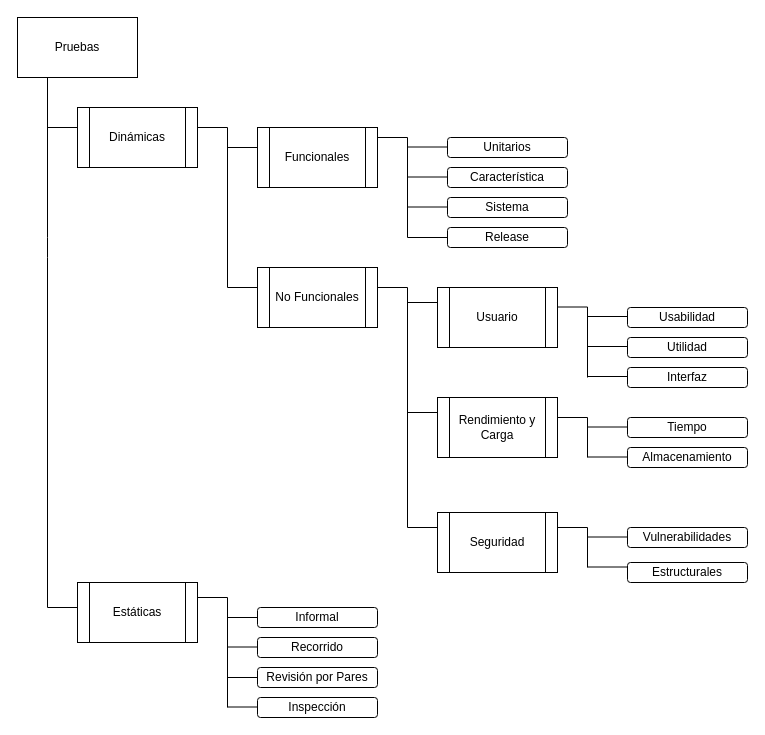
driversangano/hello-world keeps this draw.io diagram as Untitled Diagram.drawio. Above is the earlier version. Source tidied: cells renumbered, new cells numbered last; positions are measured from the earlier drawing's top-left corner, leaving out a move shared by most shapes. Both pictures are drawn from the tidied source at 100%, with x=0, y=0 at pixel (17, 17).
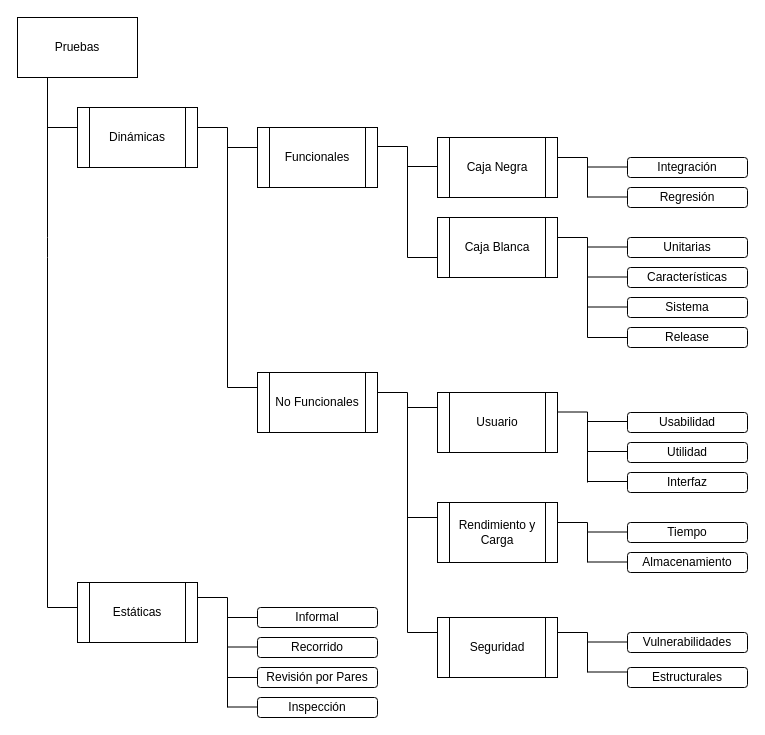
The same page after the edit.

Commit message:
Diagrama actualizado final.drawio

Change to the diagram source:
```diff
@@
     <mxCell id="4" value="Usuario" style="shape=process;whiteSpace=wrap;html=1;backgroundOutline=1;" parent="1" vertex="1">
-      <mxGeometry x="420" y="270" width="120" height="60" as="geometry" />
+      <mxGeometry x="420" y="375" width="120" height="60" as="geometry" />
     </mxCell>
     <mxCell id="5" value="Rendimiento y Carga" style="shape=process;whiteSpace=wrap;html=1;backgroundOutline=1;" parent="1" vertex="1">
-      <mxGeometry x="420" y="380" width="120" height="60" as="geometry" />
+      <mxGeometry x="420" y="485" width="120" height="60" as="geometry" />
     </mxCell>
     <mxCell id="6" value="Seguridad" style="shape=process;whiteSpace=wrap;html=1;backgroundOutline=1;" parent="1" vertex="1">
-      <mxGeometry x="420" y="495" width="120" height="60" as="geometry" />
+      <mxGeometry x="420" y="600" width="120" height="60" as="geometry" />
     </mxCell>
@@
     <mxCell id="9" style="endArrow=none;html=1;entryX=0;entryY=0.25;entryDx=0;entryDy=0;" parent="1" edge="1" target="4">
       <mxGeometry relative="1" as="geometry">
-        <mxPoint x="390" y="285" as="sourcePoint" />
+        <mxPoint x="390" y="390" as="sourcePoint" />
       </mxGeometry>
     </mxCell>
     <mxCell id="10" style="endArrow=none;html=1;entryX=0;entryY=0.25;entryDx=0;entryDy=0;" parent="1" edge="1" target="5">
       <mxGeometry relative="1" as="geometry">
-        <mxPoint x="390" y="395" as="sourcePoint" />
+        <mxPoint x="390" y="500" as="sourcePoint" />
       </mxGeometry>
     </mxCell>
     <mxCell id="11" style="endArrow=none;html=1;entryX=0;entryY=0.25;entryDx=0;entryDy=0;" parent="1" edge="1" target="6">
       <mxGeometry relative="1" as="geometry">
-        <mxPoint x="390" y="510" as="sourcePoint" />
+        <mxPoint x="390" y="615" as="sourcePoint" />
       </mxGeometry>
     </mxCell>
     <mxCell id="12" value="Usabilidad" style="rounded=1;whiteSpace=wrap;html=1;" parent="1" vertex="1">
-      <mxGeometry x="610" y="290" width="120" height="20" as="geometry" />
+      <mxGeometry x="610" y="395" width="120" height="20" as="geometry" />
     </mxCell>
     <mxCell id="13" value="Utilidad" style="rounded=1;whiteSpace=wrap;html=1;" parent="1" vertex="1">
-      <mxGeometry x="610" y="320" width="120" height="20" as="geometry" />
+      <mxGeometry x="610" y="425" width="120" height="20" as="geometry" />
     </mxCell>
     <mxCell id="14" value="Interfaz" style="rounded=1;whiteSpace=wrap;html=1;" parent="1" vertex="1">
-      <mxGeometry x="610" y="350" width="120" height="20" as="geometry" />
+      <mxGeometry x="610" y="455" width="120" height="20" as="geometry" />
     </mxCell>
-    <mxCell id="15" value="Unitarios" style="rounded=1;whiteSpace=wrap;html=1;" parent="1" vertex="1">
-      <mxGeometry x="430" y="120" width="120" height="20" as="geometry" />
+    <mxCell id="15" value="Unitarias" style="rounded=1;whiteSpace=wrap;html=1;" parent="1" vertex="1">
+      <mxGeometry x="610" y="220" width="120" height="20" as="geometry" />
     </mxCell>
-    <mxCell id="16" value="Característica" style="rounded=1;whiteSpace=wrap;html=1;" parent="1" vertex="1">
-      <mxGeometry x="430" y="150" width="120" height="20" as="geometry" />
+    <mxCell id="16" value="Características" style="rounded=1;whiteSpace=wrap;html=1;" parent="1" vertex="1">
+      <mxGeometry x="610" y="250" width="120" height="20" as="geometry" />
     </mxCell>
     <mxCell id="17" value="Sistema" style="rounded=1;whiteSpace=wrap;html=1;" parent="1" vertex="1">
-      <mxGeometry x="430" y="180" width="120" height="20" as="geometry" />
+      <mxGeometry x="610" y="280" width="120" height="20" as="geometry" />
     </mxCell>
     <mxCell id="18" value="Release" style="rounded=1;whiteSpace=wrap;html=1;" parent="1" vertex="1">
-      <mxGeometry x="430" y="210" width="120" height="20" as="geometry" />
+      <mxGeometry x="610" y="310" width="120" height="20" as="geometry" />
     </mxCell>
     <mxCell id="19" style="endArrow=none;html=1;" parent="1" edge="1">
       <mxGeometry relative="1" as="geometry">
-        <mxPoint x="390" y="220" as="sourcePoint" />
-        <mxPoint x="390" y="120" as="targetPoint" />
+        <mxPoint x="570" y="320" as="sourcePoint" />
+        <mxPoint x="570" y="220" as="targetPoint" />
       </mxGeometry>
     </mxCell>
     <mxCell id="20" style="endArrow=none;html=1;entryX=0;entryY=0.5;entryDx=0;entryDy=0;" parent="1" edge="1" target="18">
       <mxGeometry relative="1" as="geometry">
-        <mxPoint x="390" y="220" as="sourcePoint" />
+        <mxPoint x="570" y="320" as="sourcePoint" />
       </mxGeometry>
     </mxCell>
     <mxCell id="21" style="endArrow=none;html=1;entryX=0;entryY=0.5;entryDx=0;entryDy=0;" parent="1" edge="1">
       <mxGeometry relative="1" as="geometry">
-        <mxPoint x="390" y="159.5" as="sourcePoint" />
-        <mxPoint x="430" y="159.5" as="targetPoint" />
+        <mxPoint x="570" y="259.5" as="sourcePoint" />
+        <mxPoint x="610" y="259.5" as="targetPoint" />
       </mxGeometry>
     </mxCell>
     <mxCell id="22" style="endArrow=none;html=1;entryX=0;entryY=0.5;entryDx=0;entryDy=0;" parent="1" edge="1">
       <mxGeometry relative="1" as="geometry">
-        <mxPoint x="390" y="189.5" as="sourcePoint" />
-        <mxPoint x="430" y="189.5" as="targetPoint" />
+        <mxPoint x="570" y="289.5" as="sourcePoint" />
+        <mxPoint x="610" y="289.5" as="targetPoint" />
       </mxGeometry>
     </mxCell>
     <mxCell id="23" style="endArrow=none;html=1;entryX=0;entryY=0.5;entryDx=0;entryDy=0;" parent="1" edge="1">
       <mxGeometry relative="1" as="geometry">
-        <mxPoint x="390" y="129.5" as="sourcePoint" />
-        <mxPoint x="430" y="129.5" as="targetPoint" />
+        <mxPoint x="570" y="229.5" as="sourcePoint" />
+        <mxPoint x="610" y="229.5" as="targetPoint" />
       </mxGeometry>
     </mxCell>
     <mxCell id="24" style="endArrow=none;html=1;" parent="1" edge="1">
       <mxGeometry relative="1" as="geometry">
-        <mxPoint x="360" y="120" as="sourcePoint" />
-        <mxPoint x="390" y="120" as="targetPoint" />
+        <mxPoint x="540" y="220" as="sourcePoint" />
+        <mxPoint x="570" y="220" as="targetPoint" />
       </mxGeometry>
     </mxCell>
     <mxCell id="25" style="endArrow=none;html=1;" parent="1" edge="1">
       <mxGeometry relative="1" as="geometry">
-        <mxPoint x="570" y="360" as="sourcePoint" />
-        <mxPoint x="570" y="289.5" as="targetPoint" />
+        <mxPoint x="570" y="465" as="sourcePoint" />
+        <mxPoint x="570" y="394.5" as="targetPoint" />
       </mxGeometry>
     </mxCell>
     <mxCell id="26" style="endArrow=none;html=1;entryX=0;entryY=0.5;entryDx=0;entryDy=0;" parent="1" edge="1">
       <mxGeometry relative="1" as="geometry">
-        <mxPoint x="570" y="329" as="sourcePoint" />
-        <mxPoint x="610" y="329" as="targetPoint" />
+        <mxPoint x="570" y="434" as="sourcePoint" />
+        <mxPoint x="610" y="434" as="targetPoint" />
       </mxGeometry>
     </mxCell>
     <mxCell id="27" style="endArrow=none;html=1;entryX=0;entryY=0.5;entryDx=0;entryDy=0;" parent="1" edge="1">
       <mxGeometry relative="1" as="geometry">
-        <mxPoint x="570" y="359" as="sourcePoint" />
-        <mxPoint x="610" y="359" as="targetPoint" />
+        <mxPoint x="570" y="464" as="sourcePoint" />
+        <mxPoint x="610" y="464" as="targetPoint" />
       </mxGeometry>
     </mxCell>
     <mxCell id="28" style="endArrow=none;html=1;entryX=0;entryY=0.5;entryDx=0;entryDy=0;" parent="1" edge="1">
       <mxGeometry relative="1" as="geometry">
-        <mxPoint x="570" y="299" as="sourcePoint" />
-        <mxPoint x="610" y="299" as="targetPoint" />
+        <mxPoint x="570" y="404" as="sourcePoint" />
+        <mxPoint x="610" y="404" as="targetPoint" />
       </mxGeometry>
     </mxCell>
     <mxCell id="29" style="endArrow=none;html=1;" parent="1" edge="1">
       <mxGeometry relative="1" as="geometry">
-        <mxPoint x="540" y="289.5" as="sourcePoint" />
-        <mxPoint x="570" y="289.5" as="targetPoint" />
+        <mxPoint x="540" y="394.5" as="sourcePoint" />
+        <mxPoint x="570" y="394.5" as="targetPoint" />
       </mxGeometry>
     </mxCell>
     <mxCell id="30" style="endArrow=none;html=1;" parent="1" edge="1">
       <mxGeometry relative="1" as="geometry">
-        <mxPoint x="570" y="440" as="sourcePoint" />
-        <mxPoint x="570" y="400" as="targetPoint" />
+        <mxPoint x="570" y="545" as="sourcePoint" />
+        <mxPoint x="570" y="505" as="targetPoint" />
       </mxGeometry>
     </mxCell>
     <mxCell id="31" style="endArrow=none;html=1;entryX=0;entryY=0.5;entryDx=0;entryDy=0;" parent="1" edge="1">
       <mxGeometry relative="1" as="geometry">
-        <mxPoint x="570" y="439.5" as="sourcePoint" />
-        <mxPoint x="610" y="439.5" as="targetPoint" />
+        <mxPoint x="570" y="544.5" as="sourcePoint" />
+        <mxPoint x="610" y="544.5" as="targetPoint" />
       </mxGeometry>
     </mxCell>
     <mxCell id="32" style="endArrow=none;html=1;entryX=0;entryY=0.5;entryDx=0;entryDy=0;" parent="1" edge="1">
       <mxGeometry relative="1" as="geometry">
-        <mxPoint x="570" y="409.5" as="sourcePoint" />
-        <mxPoint x="610" y="409.5" as="targetPoint" />
+        <mxPoint x="570" y="514.5" as="sourcePoint" />
+        <mxPoint x="610" y="514.5" as="targetPoint" />
       </mxGeometry>
     </mxCell>
     <mxCell id="33" style="endArrow=none;html=1;" parent="1" edge="1">
       <mxGeometry relative="1" as="geometry">
-        <mxPoint x="540" y="400" as="sourcePoint" />
-        <mxPoint x="570" y="400" as="targetPoint" />
+        <mxPoint x="540" y="505" as="sourcePoint" />
+        <mxPoint x="570" y="505" as="targetPoint" />
       </mxGeometry>
     </mxCell>
     <mxCell id="34" value="Tiempo" style="rounded=1;whiteSpace=wrap;html=1;" parent="1" vertex="1">
-      <mxGeometry x="610" y="400" width="120" height="20" as="geometry" />
+      <mxGeometry x="610" y="505" width="120" height="20" as="geometry" />
     </mxCell>
     <mxCell id="35" value="Almacenamiento" style="rounded=1;whiteSpace=wrap;html=1;" parent="1" vertex="1">
-      <mxGeometry x="610" y="430" width="120" height="20" as="geometry" />
+      <mxGeometry x="610" y="535" width="120" height="20" as="geometry" />
     </mxCell>
     <mxCell id="36" style="endArrow=none;html=1;" parent="1" edge="1">
       <mxGeometry relative="1" as="geometry">
-        <mxPoint x="570" y="550" as="sourcePoint" />
-        <mxPoint x="570" y="510" as="targetPoint" />
+        <mxPoint x="570" y="655" as="sourcePoint" />
+        <mxPoint x="570" y="615" as="targetPoint" />
       </mxGeometry>
     </mxCell>
     <mxCell id="37" style="endArrow=none;html=1;entryX=0;entryY=0.5;entryDx=0;entryDy=0;" parent="1" edge="1">
       <mxGeometry relative="1" as="geometry">
-        <mxPoint x="570" y="549.5" as="sourcePoint" />
-        <mxPoint x="610" y="549.5" as="targetPoint" />
+        <mxPoint x="570" y="654.5" as="sourcePoint" />
+        <mxPoint x="610" y="654.5" as="targetPoint" />
       </mxGeometry>
     </mxCell>
     <mxCell id="38" style="endArrow=none;html=1;entryX=0;entryY=0.5;entryDx=0;entryDy=0;" parent="1" edge="1">
       <mxGeometry relative="1" as="geometry">
-        <mxPoint x="570" y="519.5" as="sourcePoint" />
-        <mxPoint x="610" y="519.5" as="targetPoint" />
+        <mxPoint x="570" y="624.5" as="sourcePoint" />
+        <mxPoint x="610" y="624.5" as="targetPoint" />
       </mxGeometry>
     </mxCell>
     <mxCell id="39" style="endArrow=none;html=1;" parent="1" edge="1">
       <mxGeometry relative="1" as="geometry">
-        <mxPoint x="540" y="510" as="sourcePoint" />
-        <mxPoint x="570" y="510" as="targetPoint" />
+        <mxPoint x="540" y="615" as="sourcePoint" />
+        <mxPoint x="570" y="615" as="targetPoint" />
       </mxGeometry>
     </mxCell>
     <mxCell id="40" value="Vulnerabilidades" style="rounded=1;whiteSpace=wrap;html=1;" parent="1" vertex="1">
-      <mxGeometry x="610" y="510" width="120" height="20" as="geometry" />
+      <mxGeometry x="610" y="615" width="120" height="20" as="geometry" />
     </mxCell>
     <mxCell id="41" value="Estructurales" style="rounded=1;whiteSpace=wrap;html=1;" parent="1" vertex="1">
-      <mxGeometry x="610" y="545" width="120" height="20" as="geometry" />
+      <mxGeometry x="610" y="650" width="120" height="20" as="geometry" />
     </mxCell>
     <mxCell id="42" value="No Funcionales" style="shape=process;whiteSpace=wrap;html=1;backgroundOutline=1;" parent="1" vertex="1">
-      <mxGeometry x="240" y="250" width="120" height="60" as="geometry" />
+      <mxGeometry x="240" y="355" width="120" height="60" as="geometry" />
     </mxCell>
     <mxCell id="43" style="endArrow=none;html=1;" parent="1" edge="1">
       <mxGeometry relative="1" as="geometry">
-        <mxPoint x="360" y="270" as="sourcePoint" />
-        <mxPoint x="390" y="270" as="targetPoint" />
+        <mxPoint x="360" y="375" as="sourcePoint" />
+        <mxPoint x="390" y="375" as="targetPoint" />
       </mxGeometry>
     </mxCell>
     <mxCell id="44" style="endArrow=none;html=1;" parent="1" edge="1">
       <mxGeometry relative="1" as="geometry">
-        <mxPoint x="390" y="510" as="sourcePoint" />
-        <mxPoint x="390" y="270" as="targetPoint" />
+        <mxPoint x="390" y="615" as="sourcePoint" />
+        <mxPoint x="390" y="375" as="targetPoint" />
       </mxGeometry>
     </mxCell>
     <mxCell id="45" style="endArrow=none;html=1;" parent="1" edge="1">
       <mxGeometry relative="1" as="geometry">
-        <mxPoint x="210" y="270" as="sourcePoint" />
-        <mxPoint x="240" y="270" as="targetPoint" />
+        <mxPoint x="210" y="370" as="sourcePoint" />
+        <mxPoint x="240" y="370" as="targetPoint" />
       </mxGeometry>
     </mxCell>
@@
     <mxCell id="48" style="endArrow=none;html=1;" parent="1" edge="1">
       <mxGeometry relative="1" as="geometry">
-        <mxPoint x="210" y="270" as="sourcePoint" />
+        <mxPoint x="210" y="370" as="sourcePoint" />
         <mxPoint x="210" y="110" as="targetPoint" />
       </mxGeometry>
     </mxCell>
@@
+    <mxCell id="62" style="endArrow=none;html=1;" parent="1" edge="1">
+      <mxGeometry relative="1" as="geometry">
+        <mxPoint x="390" y="149" as="sourcePoint" />
+        <mxPoint x="420" y="149" as="targetPoint" />
+      </mxGeometry>
+    </mxCell>
+    <mxCell id="63" style="endArrow=none;html=1;" parent="1" edge="1">
+      <mxGeometry relative="1" as="geometry">
+        <mxPoint x="390" y="240" as="sourcePoint" />
+        <mxPoint x="420" y="240" as="targetPoint" />
+      </mxGeometry>
+    </mxCell>
+    <mxCell id="64" style="endArrow=none;html=1;" parent="1" edge="1">
+      <mxGeometry relative="1" as="geometry">
+        <mxPoint x="390" y="240" as="sourcePoint" />
+        <mxPoint x="390" y="129" as="targetPoint" />
+      </mxGeometry>
+    </mxCell>
+    <mxCell id="65" style="endArrow=none;html=1;" parent="1" edge="1">
+      <mxGeometry relative="1" as="geometry">
+        <mxPoint x="360" y="129" as="sourcePoint" />
+        <mxPoint x="390" y="129" as="targetPoint" />
+      </mxGeometry>
+    </mxCell>
+    <mxCell id="66" value="Caja Negra" style="shape=process;whiteSpace=wrap;html=1;backgroundOutline=1;" parent="1" vertex="1">
+      <mxGeometry x="420" y="120" width="120" height="60" as="geometry" />
+    </mxCell>
+    <mxCell id="67" value="Caja Blanca" style="shape=process;whiteSpace=wrap;html=1;backgroundOutline=1;" parent="1" vertex="1">
+      <mxGeometry x="420" y="200" width="120" height="60" as="geometry" />
+    </mxCell>
+    <mxCell id="68" value="Integración" style="rounded=1;whiteSpace=wrap;html=1;" parent="1" vertex="1">
+      <mxGeometry x="610" y="140" width="120" height="20" as="geometry" />
+    </mxCell>
+    <mxCell id="69" value="Regresión" style="rounded=1;whiteSpace=wrap;html=1;" parent="1" vertex="1">
+      <mxGeometry x="610" y="170" width="120" height="20" as="geometry" />
+    </mxCell>
+    <mxCell id="70" style="endArrow=none;html=1;" parent="1" edge="1">
+      <mxGeometry relative="1" as="geometry">
+        <mxPoint x="570" y="180" as="sourcePoint" />
+        <mxPoint x="570" y="140" as="targetPoint" />
+      </mxGeometry>
+    </mxCell>
+    <mxCell id="71" style="endArrow=none;html=1;entryX=0;entryY=0.5;entryDx=0;entryDy=0;" parent="1" edge="1">
+      <mxGeometry relative="1" as="geometry">
+        <mxPoint x="570" y="179.5" as="sourcePoint" />
+        <mxPoint x="610" y="179.5" as="targetPoint" />
+      </mxGeometry>
+    </mxCell>
+    <mxCell id="72" style="endArrow=none;html=1;entryX=0;entryY=0.5;entryDx=0;entryDy=0;" parent="1" edge="1">
+      <mxGeometry relative="1" as="geometry">
+        <mxPoint x="570" y="149.5" as="sourcePoint" />
+        <mxPoint x="610" y="149.5" as="targetPoint" />
+      </mxGeometry>
+    </mxCell>
+    <mxCell id="73" style="endArrow=none;html=1;" parent="1" edge="1">
+      <mxGeometry relative="1" as="geometry">
+        <mxPoint x="540" y="140" as="sourcePoint" />
+        <mxPoint x="570" y="140" as="targetPoint" />
+      </mxGeometry>
+    </mxCell>
```
